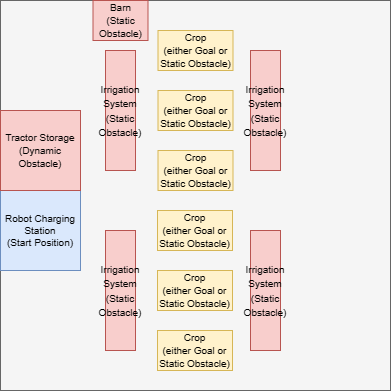
Before: scenarios/precision_farming_2.png, a diagram exported from draw.io (ethanmclark1/conav_suite). Source tidied: cells renumbered, new cells last; positions are measured from the earlier drawing's top-left corner, leaving out a move shared by most shapes.
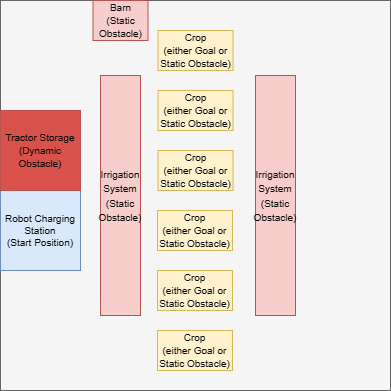
The same diagram one commit later.

Diff of the diagram source:
```diff
@@ -8,11 +8,11 @@
     <mxCell id="3" value="Robot Charging Station&lt;br&gt;(Start Position)" style="whiteSpace=wrap;html=1;fillColor=#dae8fc;strokeColor=#6c8ebf;fontSize=10;" parent="1" vertex="1">
       <mxGeometry y="190" width="80" height="80" as="geometry" />
     </mxCell>
-    <mxCell id="4" value="&lt;font style=&quot;font-size: 10px;&quot;&gt;Tractor Storage&lt;br&gt;(Dynamic Obstacle)&lt;/font&gt;" style="rounded=0;whiteSpace=wrap;html=1;fillColor=#f8cecc;strokeColor=#b85450;fontSize=11;" parent="1" vertex="1">
+    <mxCell id="4" value="&lt;font style=&quot;font-size: 10px;&quot;&gt;Tractor Storage&lt;br&gt;(Dynamic Obstacle)&lt;/font&gt;" style="rounded=0;whiteSpace=wrap;html=1;fillColor=#D8524B;strokeColor=#b85450;fontSize=11;" parent="1" vertex="1">
       <mxGeometry y="110" width="80" height="80" as="geometry" />
     </mxCell>
     <mxCell id="5" value="&lt;font style=&quot;font-size: 10px;&quot;&gt;Irrigation System&lt;br&gt;(Static Obstacle)&lt;/font&gt;" style="rounded=0;whiteSpace=wrap;html=1;fillColor=#f8cecc;strokeColor=#b85450;" parent="1" vertex="1">
-      <mxGeometry x="105" y="50" width="30" height="120" as="geometry" />
+      <mxGeometry x="100" y="75" width="40" height="240" as="geometry" />
     </mxCell>
     <mxCell id="6" value="&lt;span style=&quot;font-size: 10px;&quot;&gt;Barn&lt;br&gt;&lt;/span&gt;&lt;font style=&quot;font-size: 10px;&quot;&gt;(Static Obstacle)&lt;/font&gt;" style="rounded=0;whiteSpace=wrap;html=1;fillColor=#f8cecc;strokeColor=#b85450;fontSize=11;" parent="1" vertex="1">
       <mxGeometry x="92.5" width="55" height="40" as="geometry" />
@@ -23,9 +23,6 @@
     <mxCell id="8" value="&lt;font style=&quot;font-size: 10px;&quot;&gt;&lt;font style=&quot;border-color: var(--border-color); font-size: 10px;&quot;&gt;Crop&lt;br style=&quot;border-color: var(--border-color);&quot;&gt;&lt;/font&gt;(either Goal or Static Obstacle)&lt;/font&gt;" style="rounded=0;whiteSpace=wrap;html=1;fillColor=#fff2cc;strokeColor=#d6b656;fontSize=11;" parent="1" vertex="1">
       <mxGeometry x="157.5" y="150" width="75" height="40" as="geometry" />
     </mxCell>
-    <mxCell id="9" value="&lt;font style=&quot;font-size: 10px;&quot;&gt;Irrigation System&lt;br&gt;(Static Obstacle)&lt;/font&gt;" style="rounded=0;whiteSpace=wrap;html=1;fillColor=#f8cecc;strokeColor=#b85450;" parent="1" vertex="1">
-      <mxGeometry x="250" y="50" width="30" height="120" as="geometry" />
-    </mxCell>
     <mxCell id="10" value="&lt;font style=&quot;font-size: 10px;&quot;&gt;&lt;font style=&quot;border-color: var(--border-color); font-size: 10px;&quot;&gt;Crop&lt;br style=&quot;border-color: var(--border-color);&quot;&gt;&lt;/font&gt;(either Goal or Static Obstacle)&lt;/font&gt;" style="rounded=0;whiteSpace=wrap;html=1;fillColor=#fff2cc;strokeColor=#d6b656;fontSize=11;" parent="1" vertex="1">
       <mxGeometry x="157.5" y="30" width="75" height="40" as="geometry" />
     </mxCell>
@@ -38,11 +35,8 @@
     <mxCell id="13" value="&lt;font style=&quot;font-size: 10px;&quot;&gt;&lt;font style=&quot;border-color: var(--border-color); font-size: 10px;&quot;&gt;Crop&lt;br style=&quot;border-color: var(--border-color);&quot;&gt;&lt;/font&gt;(either Goal or Static Obstacle)&lt;/font&gt;" style="rounded=0;whiteSpace=wrap;html=1;fillColor=#fff2cc;strokeColor=#d6b656;fontSize=11;" parent="1" vertex="1">
       <mxGeometry x="157" y="210" width="75" height="40" as="geometry" />
     </mxCell>
-    <mxCell id="14" value="&lt;font style=&quot;font-size: 10px;&quot;&gt;Irrigation System&lt;br&gt;(Static Obstacle)&lt;/font&gt;" style="rounded=0;whiteSpace=wrap;html=1;fillColor=#f8cecc;strokeColor=#b85450;" parent="1" vertex="1">
-      <mxGeometry x="250" y="230" width="30" height="120" as="geometry" />
-    </mxCell>
-    <mxCell id="15" value="&lt;font style=&quot;font-size: 10px;&quot;&gt;Irrigation System&lt;br&gt;(Static Obstacle)&lt;/font&gt;" style="rounded=0;whiteSpace=wrap;html=1;fillColor=#f8cecc;strokeColor=#b85450;" parent="1" vertex="1">
-      <mxGeometry x="105" y="230" width="30" height="120" as="geometry" />
-    </mxCell>
+    <mxCell id="16" value="&lt;font style=&quot;font-size: 10px;&quot;&gt;Irrigation System&lt;br&gt;(Static Obstacle)&lt;/font&gt;" style="rounded=0;whiteSpace=wrap;html=1;fillColor=#f8cecc;strokeColor=#b85450;" parent="1" vertex="1">
+      <mxGeometry x="255" y="75" width="40" height="240" as="geometry" />
+    </mxCell>
   </root>
 </mxGraphModel>
```
